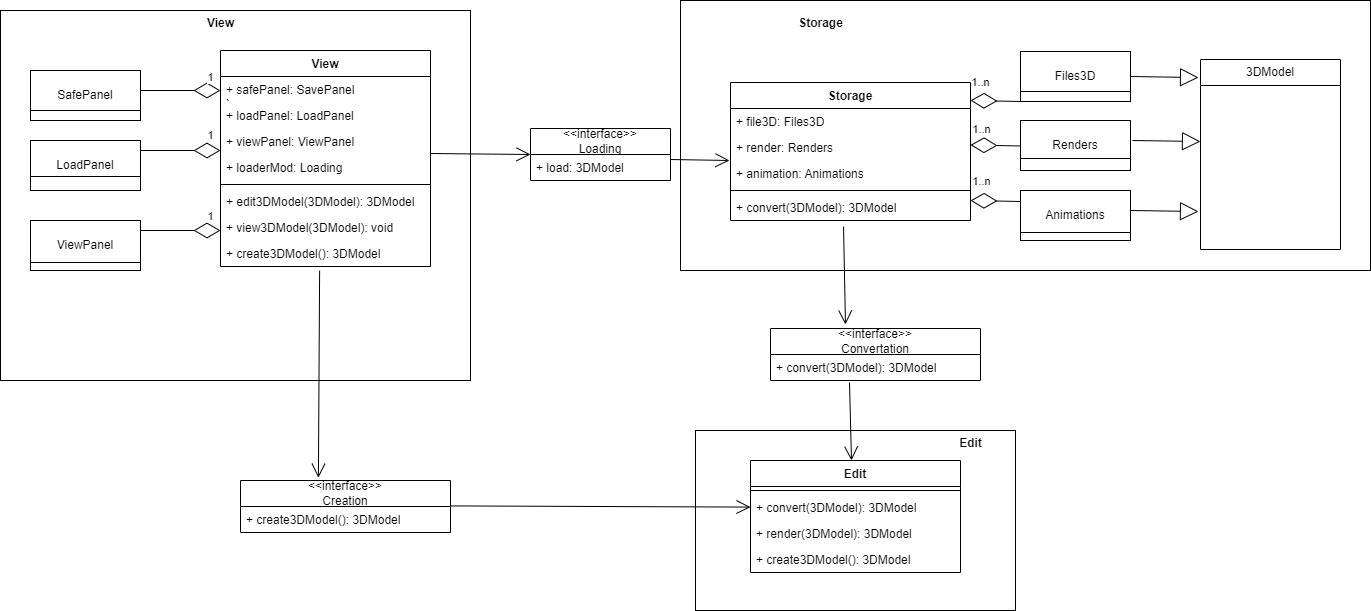
Earlier version of the draw.io export hw5.png (Vadim-Grender/architecture). Source tidied: cells renumbered, new cells last; positions are measured from the earlier drawing's top-left corner, leaving out a move shared by most shapes. Its diagram source:
```xml
<mxGraphModel>
  <root>
    <mxCell id="0" />
    <mxCell id="1" parent="0" />
    <mxCell id="2" style="html=1;whiteSpace=wrap;" parent="1" vertex="1">
      <mxGeometry x="695" y="430" width="320" height="180" as="geometry" />
    </mxCell>
    <mxCell id="3" style="html=1;whiteSpace=wrap;" parent="1" vertex="1">
      <mxGeometry x="680" width="690" height="270" as="geometry" />
    </mxCell>
    <mxCell id="4" style="html=1;whiteSpace=wrap;" parent="1" vertex="1">
      <mxGeometry y="10" width="470" height="370" as="geometry" />
    </mxCell>
    <mxCell id="5" value="&amp;lt;&amp;lt;interface&amp;gt;&amp;gt;&lt;br&gt;Loading" style="swimlane;fontStyle=0;horizontal=1;startSize=26;fillColor=none;whiteSpace=wrap;html=1;" parent="1" vertex="1">
      <mxGeometry x="530" y="128" width="140" height="52" as="geometry" />
    </mxCell>
    <mxCell id="6" style="endArrow=open;endFill=1;endSize=12;html=1;rounded=0;entryX=0;entryY=0.5;entryDx=0;entryDy=0;" parent="5" edge="1" target="5">
      <mxGeometry relative="1" as="geometry">
        <mxPoint x="-100" y="25" as="sourcePoint" />
      </mxGeometry>
    </mxCell>
    <mxCell id="7" value="+ load: 3DModel" style="text;strokeColor=none;fillColor=none;align=left;verticalAlign=top;spacingLeft=4;spacingRight=4;overflow=hidden;whiteSpace=wrap;html=1;" parent="5" vertex="1">
      <mxGeometry y="26" width="140" height="26" as="geometry" />
    </mxCell>
    <mxCell id="8" value="View" style="swimlane;fontStyle=1;align=center;verticalAlign=top;horizontal=1;startSize=26;whiteSpace=wrap;html=1;" parent="1" vertex="1">
      <mxGeometry x="220" y="50" width="210" height="216" as="geometry" />
    </mxCell>
    <mxCell id="9" value="+ safePanel: SavePanel&lt;br&gt;`" style="text;strokeColor=none;fillColor=none;align=left;verticalAlign=top;spacingLeft=4;spacingRight=4;overflow=hidden;whiteSpace=wrap;html=1;" parent="8" vertex="1">
      <mxGeometry y="26" width="210" height="26" as="geometry" />
    </mxCell>
    <mxCell id="10" style="endArrow=diamondThin;endFill=0;endSize=24;html=1;rounded=0;" parent="8" edge="1">
      <mxGeometry relative="1" as="geometry">
        <mxPoint x="-80" y="40" as="sourcePoint" />
        <mxPoint y="40" as="targetPoint" />
      </mxGeometry>
    </mxCell>
    <mxCell id="11" value="1" style="edgeLabel;html=1;align=center;verticalAlign=middle;" parent="10" vertex="1">
      <mxGeometry x="0.27" y="-3" relative="1" as="geometry">
        <mxPoint x="19" y="-17" as="offset" />
      </mxGeometry>
    </mxCell>
    <mxCell id="12" value="+ loadPanel: LoadPanel" style="text;strokeColor=none;fillColor=none;align=left;verticalAlign=top;spacingLeft=4;spacingRight=4;overflow=hidden;whiteSpace=wrap;html=1;" parent="8" vertex="1">
      <mxGeometry y="52" width="210" height="26" as="geometry" />
    </mxCell>
    <mxCell id="13" value="+ viewPanel: ViewPanel" style="text;strokeColor=none;fillColor=none;align=left;verticalAlign=top;spacingLeft=4;spacingRight=4;overflow=hidden;whiteSpace=wrap;html=1;" parent="8" vertex="1">
      <mxGeometry y="78" width="210" height="26" as="geometry" />
    </mxCell>
    <mxCell id="14" value="+ loaderMod: Loading" style="text;strokeColor=none;fillColor=none;align=left;verticalAlign=top;spacingLeft=4;spacingRight=4;overflow=hidden;whiteSpace=wrap;html=1;" parent="8" vertex="1">
      <mxGeometry y="104" width="210" height="26" as="geometry" />
    </mxCell>
    <mxCell id="15" style="line;strokeWidth=1;fillColor=none;align=left;verticalAlign=middle;spacingTop=-1;spacingLeft=3;spacingRight=3;labelPosition=right;strokeColor=inherit;" parent="8" vertex="1">
      <mxGeometry y="130" width="210" height="8" as="geometry" />
    </mxCell>
    <mxCell id="16" value="+ edit3DModel(3DModel): 3DModel" style="text;strokeColor=none;fillColor=none;align=left;verticalAlign=top;spacingLeft=4;spacingRight=4;overflow=hidden;whiteSpace=wrap;html=1;" parent="8" vertex="1">
      <mxGeometry y="138" width="210" height="26" as="geometry" />
    </mxCell>
    <mxCell id="17" value="+ view3DModel(3DModel): void" style="text;strokeColor=none;fillColor=none;align=left;verticalAlign=top;spacingLeft=4;spacingRight=4;overflow=hidden;whiteSpace=wrap;html=1;" parent="8" vertex="1">
      <mxGeometry y="164" width="210" height="26" as="geometry" />
    </mxCell>
    <mxCell id="18" value="+ create3DModel(): 3DModel" style="text;strokeColor=none;fillColor=none;align=left;verticalAlign=top;spacingLeft=4;spacingRight=4;overflow=hidden;points=[[0,0.5],[1,0.5]];portConstraint=eastwest;whiteSpace=wrap;html=1;" parent="8" vertex="1">
      <mxGeometry y="190" width="210" height="26" as="geometry" />
    </mxCell>
    <mxCell id="19" value="SafePanel" style="html=1;whiteSpace=wrap;" parent="1" vertex="1">
      <mxGeometry x="30" y="70" width="110" height="50" as="geometry" />
    </mxCell>
    <mxCell id="20" value="LoadPanel" style="html=1;whiteSpace=wrap;" parent="1" vertex="1">
      <mxGeometry x="30" y="140" width="110" height="50" as="geometry" />
    </mxCell>
    <mxCell id="21" value="ViewPanel" style="html=1;whiteSpace=wrap;" parent="1" vertex="1">
      <mxGeometry x="30" y="220" width="110" height="50" as="geometry" />
    </mxCell>
    <mxCell id="22" style="line;strokeWidth=1;fillColor=none;align=left;verticalAlign=middle;spacingTop=-1;spacingLeft=3;spacingRight=3;labelPosition=right;strokeColor=inherit;" parent="1" vertex="1">
      <mxGeometry x="30" y="106" width="110" height="8" as="geometry" />
    </mxCell>
    <mxCell id="23" style="line;strokeWidth=1;fillColor=none;align=left;verticalAlign=middle;spacingTop=-1;spacingLeft=3;spacingRight=3;labelPosition=right;strokeColor=inherit;" parent="1" vertex="1">
      <mxGeometry x="30" y="172" width="110" height="8" as="geometry" />
    </mxCell>
    <mxCell id="24" style="line;strokeWidth=1;fillColor=none;align=left;verticalAlign=middle;spacingTop=-1;spacingLeft=3;spacingRight=3;labelPosition=right;strokeColor=inherit;" parent="1" vertex="1">
      <mxGeometry x="30" y="258" width="110" height="8" as="geometry" />
    </mxCell>
    <mxCell id="25" style="endArrow=diamondThin;endFill=0;endSize=24;html=1;rounded=0;" parent="1" edge="1">
      <mxGeometry relative="1" as="geometry">
        <mxPoint x="140" y="230" as="sourcePoint" />
        <mxPoint x="220" y="230" as="targetPoint" />
      </mxGeometry>
    </mxCell>
    <mxCell id="26" style="endArrow=diamondThin;endFill=0;endSize=24;html=1;rounded=0;" parent="1" edge="1">
      <mxGeometry relative="1" as="geometry">
        <mxPoint x="140" y="150" as="sourcePoint" />
        <mxPoint x="220" y="150" as="targetPoint" />
      </mxGeometry>
    </mxCell>
    <mxCell id="27" value="View" style="text;align=center;fontStyle=1;verticalAlign=middle;spacingLeft=3;spacingRight=3;strokeColor=none;html=1;" parent="1" vertex="1">
      <mxGeometry x="180" y="10" width="80" height="26" as="geometry" />
    </mxCell>
    <mxCell id="28" value="Storage" style="swimlane;fontStyle=1;align=center;verticalAlign=top;horizontal=1;startSize=26;whiteSpace=wrap;html=1;" parent="1" vertex="1">
      <mxGeometry x="730" y="82" width="240" height="138" as="geometry" />
    </mxCell>
    <mxCell id="29" value="+ file3D: Files3D" style="text;strokeColor=none;fillColor=none;align=left;verticalAlign=top;spacingLeft=4;spacingRight=4;overflow=hidden;whiteSpace=wrap;html=1;" parent="28" vertex="1">
      <mxGeometry y="26" width="240" height="26" as="geometry" />
    </mxCell>
    <mxCell id="30" value="+ render: Renders" style="text;strokeColor=none;fillColor=none;align=left;verticalAlign=top;spacingLeft=4;spacingRight=4;overflow=hidden;points=[[0,0.5],[1,0.5]];portConstraint=eastwest;whiteSpace=wrap;html=1;" parent="28" vertex="1">
      <mxGeometry y="52" width="240" height="26" as="geometry" />
    </mxCell>
    <mxCell id="31" style="endArrow=open;endFill=1;endSize=12;html=1;rounded=0;entryX=-0.004;entryY=1;entryDx=0;entryDy=0;entryPerimeter=0;" parent="28" edge="1" target="30">
      <mxGeometry relative="1" as="geometry">
        <mxPoint x="-60" y="77" as="sourcePoint" />
      </mxGeometry>
    </mxCell>
    <mxCell id="32" value="+ animation: Animations" style="text;strokeColor=none;fillColor=none;align=left;verticalAlign=top;spacingLeft=4;spacingRight=4;overflow=hidden;whiteSpace=wrap;html=1;" parent="28" vertex="1">
      <mxGeometry y="78" width="240" height="26" as="geometry" />
    </mxCell>
    <mxCell id="33" style="line;strokeWidth=1;fillColor=none;align=left;verticalAlign=middle;spacingTop=-1;spacingLeft=3;spacingRight=3;labelPosition=right;strokeColor=inherit;" parent="28" vertex="1">
      <mxGeometry y="104" width="240" height="8" as="geometry" />
    </mxCell>
    <mxCell id="34" value="+ convert(3DModel): 3DModel" style="text;strokeColor=none;fillColor=none;align=left;verticalAlign=top;spacingLeft=4;spacingRight=4;overflow=hidden;points=[[0,0.5],[1,0.5]];portConstraint=eastwest;whiteSpace=wrap;html=1;" parent="28" vertex="1">
      <mxGeometry y="112" width="240" height="26" as="geometry" />
    </mxCell>
    <mxCell id="35" value="Files3D" style="html=1;whiteSpace=wrap;" parent="1" vertex="1">
      <mxGeometry x="1020" y="51" width="110" height="50" as="geometry" />
    </mxCell>
    <mxCell id="36" value="Renders" style="html=1;whiteSpace=wrap;" parent="1" vertex="1">
      <mxGeometry x="1020" y="120" width="110" height="50" as="geometry" />
    </mxCell>
    <mxCell id="37" value="Animations" style="html=1;whiteSpace=wrap;" parent="1" vertex="1">
      <mxGeometry x="1020" y="190" width="110" height="50" as="geometry" />
    </mxCell>
    <mxCell id="38" style="line;strokeWidth=1;fillColor=none;align=left;verticalAlign=middle;spacingTop=-1;spacingLeft=3;spacingRight=3;labelPosition=right;strokeColor=inherit;" parent="1" vertex="1">
      <mxGeometry x="1020" y="87" width="110" height="8" as="geometry" />
    </mxCell>
    <mxCell id="39" style="line;strokeWidth=1;fillColor=none;align=left;verticalAlign=middle;spacingTop=-1;spacingLeft=3;spacingRight=3;labelPosition=right;strokeColor=inherit;" parent="1" vertex="1">
      <mxGeometry x="1020" y="154" width="110" height="8" as="geometry" />
    </mxCell>
    <mxCell id="40" style="line;strokeWidth=1;fillColor=none;align=left;verticalAlign=middle;spacingTop=-1;spacingLeft=3;spacingRight=3;labelPosition=right;strokeColor=inherit;" parent="1" vertex="1">
      <mxGeometry x="1020" y="228" width="110" height="8" as="geometry" />
    </mxCell>
    <mxCell id="41" value="3DModel" style="swimlane;fontStyle=0;horizontal=1;startSize=26;fillColor=none;whiteSpace=wrap;html=1;" parent="1" vertex="1">
      <mxGeometry x="1200" y="59" width="140" height="190" as="geometry" />
    </mxCell>
    <mxCell id="42" style="endArrow=diamondThin;endFill=0;endSize=24;html=1;rounded=0;exitX=0;exitY=1;exitDx=0;exitDy=0;" parent="1" edge="1" source="35">
      <mxGeometry relative="1" as="geometry">
        <mxPoint x="970" y="100" as="targetPoint" />
      </mxGeometry>
    </mxCell>
    <mxCell id="43" value="1..n" style="edgeLabel;html=1;align=center;verticalAlign=middle;" parent="42" vertex="1">
      <mxGeometry x="-0.03" relative="1" as="geometry">
        <mxPoint x="-16" y="-19" as="offset" />
      </mxGeometry>
    </mxCell>
    <mxCell id="44" style="endArrow=diamondThin;endFill=0;endSize=24;html=1;rounded=0;exitX=0;exitY=1;exitDx=0;exitDy=0;" parent="1" edge="1">
      <mxGeometry relative="1" as="geometry">
        <mxPoint x="1020" y="145.5" as="sourcePoint" />
        <mxPoint x="970" y="144.5" as="targetPoint" />
      </mxGeometry>
    </mxCell>
    <mxCell id="45" style="endArrow=diamondThin;endFill=0;endSize=24;html=1;rounded=0;exitX=0;exitY=1;exitDx=0;exitDy=0;" parent="1" edge="1">
      <mxGeometry relative="1" as="geometry">
        <mxPoint x="1020" y="201" as="sourcePoint" />
        <mxPoint x="970" y="200" as="targetPoint" />
      </mxGeometry>
    </mxCell>
    <mxCell id="46" style="endArrow=block;endSize=16;endFill=0;html=1;rounded=0;exitX=1;exitY=0.5;exitDx=0;exitDy=0;entryX=-0.014;entryY=0.095;entryDx=0;entryDy=0;entryPerimeter=0;" parent="1" edge="1" source="35" target="41">
      <mxGeometry relative="1" as="geometry" />
    </mxCell>
    <mxCell id="47" style="endArrow=block;endSize=16;endFill=0;html=1;rounded=0;exitX=1;exitY=0.5;exitDx=0;exitDy=0;entryX=-0.014;entryY=0.095;entryDx=0;entryDy=0;entryPerimeter=0;" parent="1" edge="1">
      <mxGeometry relative="1" as="geometry">
        <mxPoint x="1132" y="140" as="sourcePoint" />
        <mxPoint x="1200" y="141" as="targetPoint" />
      </mxGeometry>
    </mxCell>
    <mxCell id="48" style="endArrow=block;endSize=16;endFill=0;html=1;rounded=0;exitX=1;exitY=0.5;exitDx=0;exitDy=0;entryX=-0.014;entryY=0.095;entryDx=0;entryDy=0;entryPerimeter=0;" parent="1" edge="1">
      <mxGeometry relative="1" as="geometry">
        <mxPoint x="1130" y="210" as="sourcePoint" />
        <mxPoint x="1198" y="211" as="targetPoint" />
      </mxGeometry>
    </mxCell>
    <mxCell id="49" value="Storage" style="text;align=center;fontStyle=1;verticalAlign=middle;spacingLeft=3;spacingRight=3;strokeColor=none;html=1;" parent="1" vertex="1">
      <mxGeometry x="780" y="10" width="80" height="26" as="geometry" />
    </mxCell>
    <mxCell id="50" value="&amp;lt;&amp;lt;interface&amp;gt;&amp;gt;&lt;br&gt;Convertation" style="swimlane;fontStyle=0;horizontal=1;startSize=26;fillColor=none;whiteSpace=wrap;html=1;" parent="1" vertex="1">
      <mxGeometry x="770" y="328" width="210" height="52" as="geometry" />
    </mxCell>
    <mxCell id="51" value="+ convert(3DModel): 3DModel" style="text;strokeColor=none;fillColor=none;align=left;verticalAlign=top;spacingLeft=4;spacingRight=4;overflow=hidden;whiteSpace=wrap;html=1;" parent="50" vertex="1">
      <mxGeometry y="26" width="210" height="26" as="geometry" />
    </mxCell>
    <mxCell id="52" style="endArrow=open;endFill=1;endSize=12;html=1;rounded=0;entryX=0.357;entryY=-0.077;entryDx=0;entryDy=0;exitX=0.471;exitY=1.231;exitDx=0;exitDy=0;exitPerimeter=0;entryPerimeter=0;" parent="1" edge="1" source="34" target="50">
      <mxGeometry relative="1" as="geometry" />
    </mxCell>
    <mxCell id="53" value="Edit" style="swimlane;fontStyle=1;align=center;verticalAlign=top;horizontal=1;startSize=26;whiteSpace=wrap;html=1;" parent="1" vertex="1">
      <mxGeometry x="750" y="460" width="210" height="112" as="geometry" />
    </mxCell>
    <mxCell id="54" style="line;strokeWidth=1;fillColor=none;align=left;verticalAlign=middle;spacingTop=-1;spacingLeft=3;spacingRight=3;labelPosition=right;strokeColor=inherit;" parent="53" vertex="1">
      <mxGeometry y="26" width="210" height="8" as="geometry" />
    </mxCell>
    <mxCell id="55" value="+ convert(3DModel): 3DModel" style="text;strokeColor=none;fillColor=none;align=left;verticalAlign=top;spacingLeft=4;spacingRight=4;overflow=hidden;points=[[0,0.5],[1,0.5]];portConstraint=eastwest;whiteSpace=wrap;html=1;" parent="53" vertex="1">
      <mxGeometry y="34" width="210" height="26" as="geometry" />
    </mxCell>
    <mxCell id="56" value="+ render(3DModel): 3DModel" style="text;strokeColor=none;fillColor=none;align=left;verticalAlign=top;spacingLeft=4;spacingRight=4;overflow=hidden;whiteSpace=wrap;html=1;" parent="53" vertex="1">
      <mxGeometry y="60" width="210" height="26" as="geometry" />
    </mxCell>
    <mxCell id="57" value="+ create3DModel(): 3DModel" style="text;strokeColor=none;fillColor=none;align=left;verticalAlign=top;spacingLeft=4;spacingRight=4;overflow=hidden;whiteSpace=wrap;html=1;" parent="53" vertex="1">
      <mxGeometry y="86" width="210" height="26" as="geometry" />
    </mxCell>
    <mxCell id="58" value="&amp;lt;&amp;lt;interface&amp;gt;&amp;gt;&lt;br&gt;Creation" style="swimlane;fontStyle=0;horizontal=1;startSize=26;fillColor=none;whiteSpace=wrap;html=1;" parent="1" vertex="1">
      <mxGeometry x="240" y="480" width="210" height="52" as="geometry" />
    </mxCell>
    <mxCell id="59" value="+ create3DModel(): 3DModel" style="text;strokeColor=none;fillColor=none;align=left;verticalAlign=top;spacingLeft=4;spacingRight=4;overflow=hidden;whiteSpace=wrap;html=1;" parent="58" vertex="1">
      <mxGeometry y="26" width="210" height="26" as="geometry" />
    </mxCell>
    <mxCell id="60" value="Edit" style="text;align=center;fontStyle=1;verticalAlign=middle;spacingLeft=3;spacingRight=3;strokeColor=none;html=1;" parent="1" vertex="1">
      <mxGeometry x="930" y="430" width="80" height="26" as="geometry" />
    </mxCell>
    <mxCell id="61" style="endArrow=open;endFill=1;endSize=12;html=1;rounded=0;entryX=0.371;entryY=-0.053;entryDx=0;entryDy=0;exitX=0.472;exitY=1.161;exitDx=0;exitDy=0;exitPerimeter=0;entryPerimeter=0;" parent="1" edge="1" source="18" target="58">
      <mxGeometry relative="1" as="geometry" />
    </mxCell>
    <mxCell id="62" style="endArrow=open;endFill=1;endSize=12;html=1;rounded=0;" parent="1" edge="1" target="55">
      <mxGeometry relative="1" as="geometry">
        <mxPoint x="450" y="505.4" as="sourcePoint" />
      </mxGeometry>
    </mxCell>
    <mxCell id="63" style="endArrow=open;endFill=1;endSize=12;html=1;rounded=0;exitX=0.471;exitY=1.231;exitDx=0;exitDy=0;exitPerimeter=0;" parent="1" edge="1">
      <mxGeometry relative="1" as="geometry">
        <mxPoint x="849" y="382" as="sourcePoint" />
        <mxPoint x="851" y="460" as="targetPoint" />
      </mxGeometry>
    </mxCell>
    <mxCell id="64" value="1" style="edgeLabel;html=1;align=center;verticalAlign=middle;" parent="1" vertex="1">
      <mxGeometry x="220" y="91" as="geometry">
        <mxPoint x="-11" y="43" as="offset" />
      </mxGeometry>
    </mxCell>
    <mxCell id="65" value="1" style="edgeLabel;html=1;align=center;verticalAlign=middle;" parent="1" vertex="1">
      <mxGeometry x="229.8" y="101" as="geometry">
        <mxPoint x="-20" y="114" as="offset" />
      </mxGeometry>
    </mxCell>
    <mxCell id="66" value="1..n" style="edgeLabel;html=1;align=center;verticalAlign=middle;" parent="1" vertex="1">
      <mxGeometry x="980" y="128" as="geometry" />
    </mxCell>
    <mxCell id="67" value="1..n" style="edgeLabel;html=1;align=center;verticalAlign=middle;" parent="1" vertex="1">
      <mxGeometry x="980" y="180" as="geometry" />
    </mxCell>
  </root>
</mxGraphModel>
```
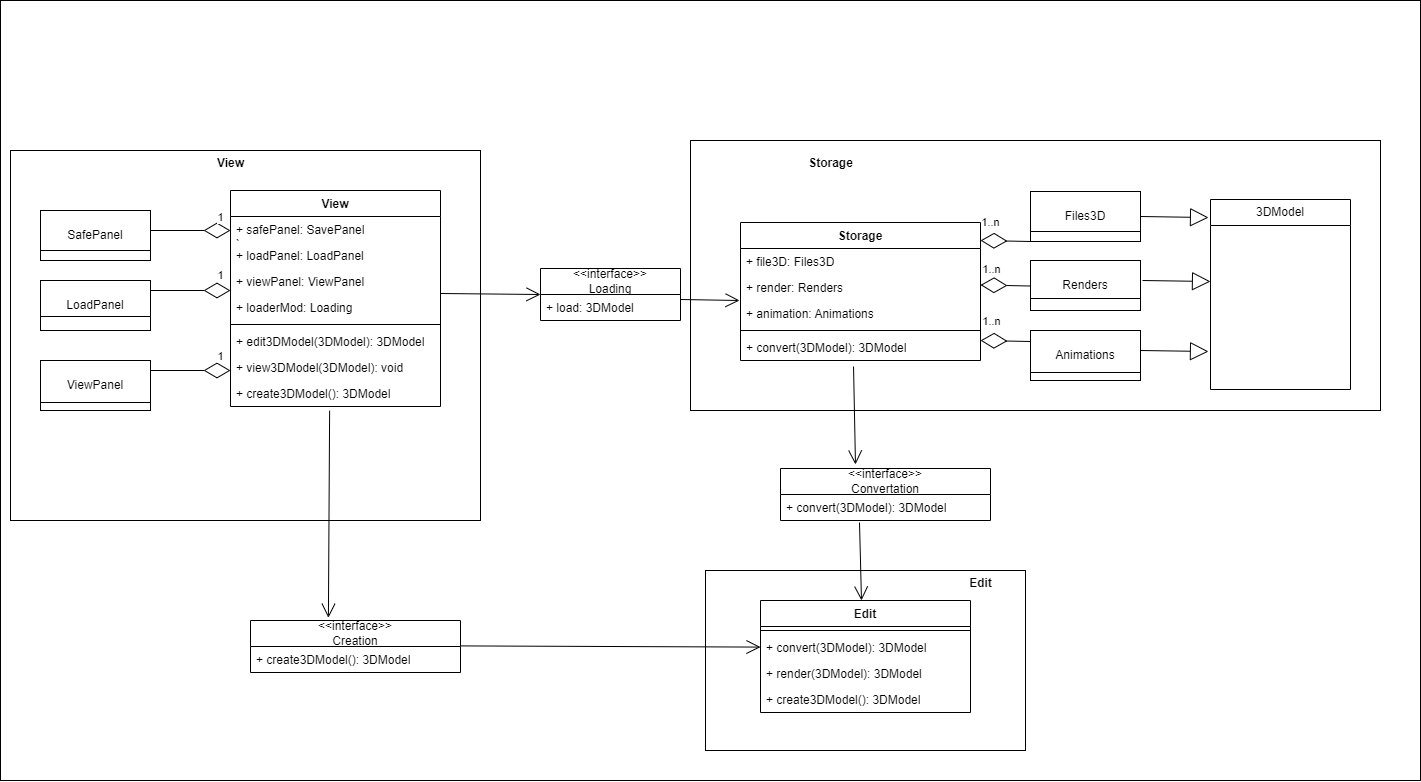
After the change.

Change to the diagram source:
```diff
@@ -2,6 +2,9 @@
   <root>
     <mxCell id="0" />
     <mxCell id="1" parent="0" />
+    <mxCell id="68" style="html=1;whiteSpace=wrap;" parent="1" vertex="1">
+      <mxGeometry x="-10" y="-140" width="1420" height="780" as="geometry" />
+    </mxCell>
     <mxCell id="2" style="html=1;whiteSpace=wrap;" parent="1" vertex="1">
       <mxGeometry x="695" y="430" width="320" height="180" as="geometry" />
     </mxCell>
```
